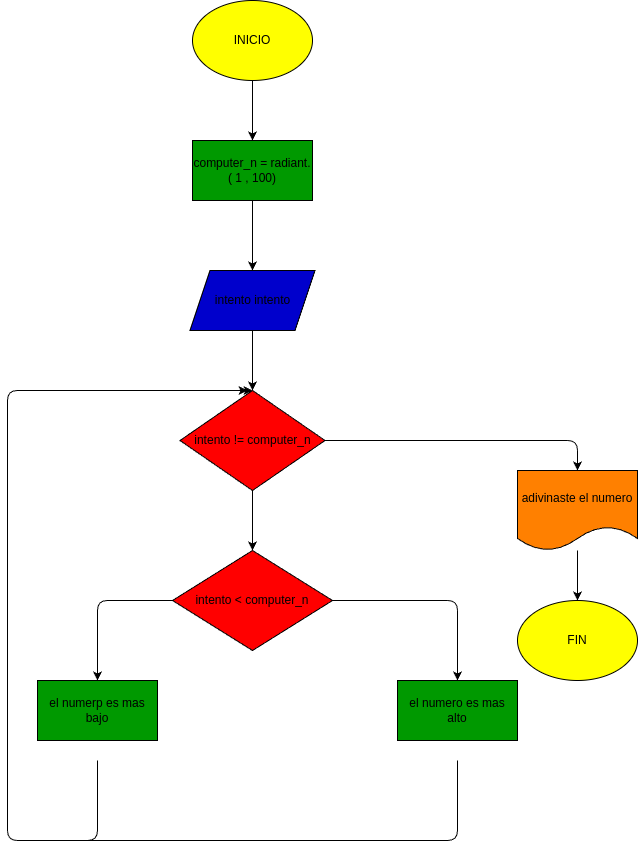
Earlier version of the draw.io export ejercicio_3/diagrama.png (dani72405bue/EJERCICIOS_PRACTICA_WHILE). Source tidied: cells renumbered, new cells last; positions are measured from the earlier drawing's top-left corner, leaving out a move shared by most shapes. Its diagram source:
```xml
<mxGraphModel>
  <root>
    <mxCell id="0" />
    <mxCell id="1" parent="0" />
    <mxCell id="2" style="edgeStyle=none;html=1;entryX=0.5;entryY=0;entryDx=0;entryDy=0;" parent="1" edge="1" source="3" target="11">
      <mxGeometry relative="1" as="geometry" />
    </mxCell>
    <mxCell id="3" value="INICIO" style="ellipse;whiteSpace=wrap;html=1;fillColor=#FFFF00;" parent="1" vertex="1">
      <mxGeometry x="185" width="120" height="80" as="geometry" />
    </mxCell>
    <mxCell id="4" style="edgeStyle=none;html=1;entryX=0.5;entryY=0;entryDx=0;entryDy=0;" parent="1" edge="1" source="6" target="9">
      <mxGeometry relative="1" as="geometry" />
    </mxCell>
    <mxCell id="5" style="edgeStyle=none;html=1;entryX=0.5;entryY=0;entryDx=0;entryDy=0;" parent="1" edge="1" source="6" target="17">
      <mxGeometry relative="1" as="geometry">
        <Array as="points">
          <mxPoint x="570" y="440" />
        </Array>
      </mxGeometry>
    </mxCell>
    <mxCell id="6" value="intento != computer_n" style="rhombus;whiteSpace=wrap;html=1;fillColor=#FF0000;" parent="1" vertex="1">
      <mxGeometry x="172.5" y="390" width="145" height="100" as="geometry" />
    </mxCell>
    <mxCell id="7" style="edgeStyle=none;html=1;entryX=0.5;entryY=0;entryDx=0;entryDy=0;" parent="1" edge="1" source="9">
      <mxGeometry relative="1" as="geometry">
        <mxPoint x="90" y="680" as="targetPoint" />
        <Array as="points">
          <mxPoint x="90" y="600" />
        </Array>
      </mxGeometry>
    </mxCell>
    <mxCell id="8" style="edgeStyle=none;html=1;entryX=0.5;entryY=0;entryDx=0;entryDy=0;" parent="1" edge="1" source="9">
      <mxGeometry relative="1" as="geometry">
        <mxPoint x="450" y="680" as="targetPoint" />
        <Array as="points">
          <mxPoint x="450" y="600" />
        </Array>
      </mxGeometry>
    </mxCell>
    <mxCell id="9" value="intento &amp;lt; computer_n" style="rhombus;whiteSpace=wrap;html=1;fillColor=#FF0000;" parent="1" vertex="1">
      <mxGeometry x="165" y="550" width="160" height="100" as="geometry" />
    </mxCell>
    <mxCell id="10" style="edgeStyle=none;html=1;entryX=0.5;entryY=0;entryDx=0;entryDy=0;" parent="1" edge="1" source="11" target="13">
      <mxGeometry relative="1" as="geometry" />
    </mxCell>
    <mxCell id="11" value="computer_n = radiant.( 1 , 100)" style="rounded=0;whiteSpace=wrap;html=1;fillColor=#009900;" parent="1" vertex="1">
      <mxGeometry x="185" y="140" width="120" height="60" as="geometry" />
    </mxCell>
    <mxCell id="12" style="edgeStyle=none;html=1;" parent="1" edge="1" source="13" target="6">
      <mxGeometry relative="1" as="geometry" />
    </mxCell>
    <mxCell id="13" value="intento intento" style="shape=parallelogram;perimeter=parallelogramPerimeter;whiteSpace=wrap;html=1;fixedSize=1;fillColor=#0000CC;" parent="1" vertex="1">
      <mxGeometry x="182.5" y="270" width="125" height="60" as="geometry" />
    </mxCell>
    <mxCell id="14" style="edgeStyle=none;html=1;entryX=0.5;entryY=0;entryDx=0;entryDy=0;" parent="1" edge="1" target="6">
      <mxGeometry relative="1" as="geometry">
        <mxPoint x="450" y="760" as="sourcePoint" />
        <Array as="points">
          <mxPoint x="450" y="840" />
          <mxPoint y="840" />
          <mxPoint y="390" />
        </Array>
      </mxGeometry>
    </mxCell>
    <mxCell id="15" style="edgeStyle=none;html=1;" parent="1" edge="1">
      <mxGeometry relative="1" as="geometry">
        <mxPoint x="90" y="760" as="sourcePoint" />
        <mxPoint x="240" y="390" as="targetPoint" />
        <Array as="points">
          <mxPoint x="90" y="840" />
          <mxPoint y="840" />
          <mxPoint y="390" />
        </Array>
      </mxGeometry>
    </mxCell>
    <mxCell id="16" style="edgeStyle=none;html=1;entryX=0.5;entryY=0;entryDx=0;entryDy=0;" parent="1" edge="1" source="17" target="18">
      <mxGeometry relative="1" as="geometry" />
    </mxCell>
    <mxCell id="17" value="adivinaste el numero" style="shape=document;whiteSpace=wrap;html=1;boundedLbl=1;fillColor=#FF8000;" parent="1" vertex="1">
      <mxGeometry x="510" y="470" width="120" height="80" as="geometry" />
    </mxCell>
    <mxCell id="18" value="FIN" style="ellipse;whiteSpace=wrap;html=1;fillColor=#FFFF00;" parent="1" vertex="1">
      <mxGeometry x="510" y="600" width="120" height="80" as="geometry" />
    </mxCell>
    <mxCell id="19" value="el numerp es mas bajo" style="rounded=0;whiteSpace=wrap;html=1;fillColor=#009900;" parent="1" vertex="1">
      <mxGeometry x="30" y="680" width="120" height="60" as="geometry" />
    </mxCell>
    <mxCell id="20" value="el numero es mas alto" style="rounded=0;whiteSpace=wrap;html=1;fillColor=#009900;" parent="1" vertex="1">
      <mxGeometry x="390" y="680" width="120" height="60" as="geometry" />
    </mxCell>
  </root>
</mxGraphModel>
```
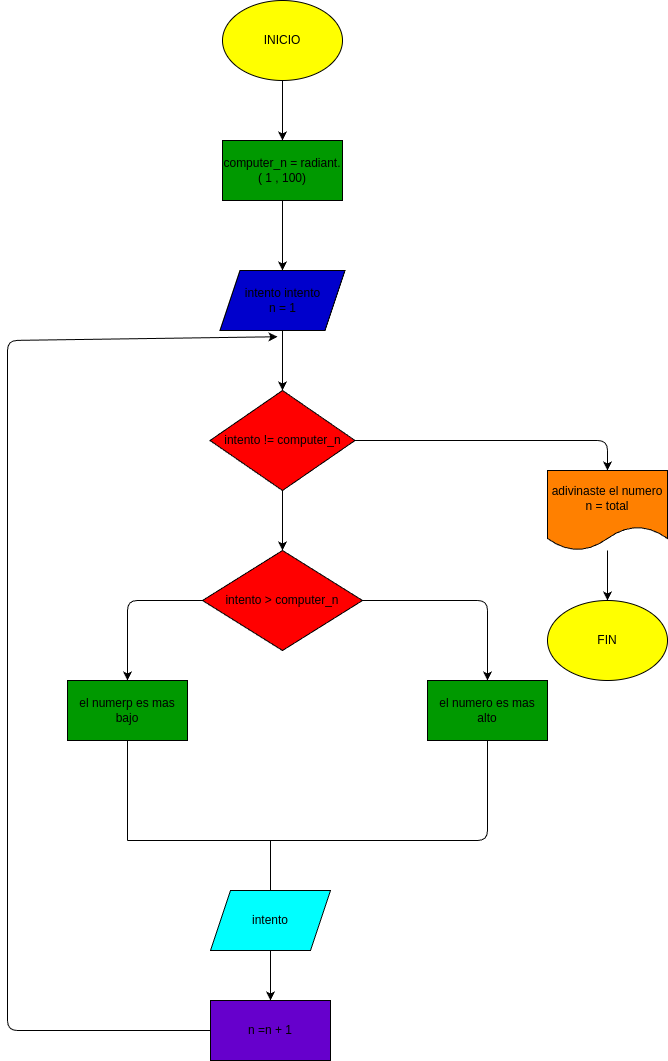
Later version of the same file.

Commit message:
se actualizo el readme con analisis y diseño

Change to the diagram source:
```diff
@@ -37,7 +37,7 @@
         </Array>
       </mxGeometry>
     </mxCell>
-    <mxCell id="9" value="intento &amp;lt; computer_n" style="rhombus;whiteSpace=wrap;html=1;fillColor=#FF0000;" parent="1" vertex="1">
+    <mxCell id="9" value="intento &amp;gt; computer_n" style="rhombus;whiteSpace=wrap;html=1;fillColor=#FF0000;" parent="1" vertex="1">
       <mxGeometry x="165" y="550" width="160" height="100" as="geometry" />
     </mxCell>
     <mxCell id="10" style="edgeStyle=none;html=1;entryX=0.5;entryY=0;entryDx=0;entryDy=0;" parent="1" edge="1" source="11" target="13">
@@ -49,34 +49,13 @@
     <mxCell id="12" style="edgeStyle=none;html=1;" parent="1" edge="1" source="13" target="6">
       <mxGeometry relative="1" as="geometry" />
     </mxCell>
-    <mxCell id="13" value="intento intento" style="shape=parallelogram;perimeter=parallelogramPerimeter;whiteSpace=wrap;html=1;fixedSize=1;fillColor=#0000CC;" parent="1" vertex="1">
+    <mxCell id="13" value="intento intento&lt;div&gt;n = 1&lt;/div&gt;" style="shape=parallelogram;perimeter=parallelogramPerimeter;whiteSpace=wrap;html=1;fixedSize=1;fillColor=#0000CC;" parent="1" vertex="1">
       <mxGeometry x="182.5" y="270" width="125" height="60" as="geometry" />
     </mxCell>
-    <mxCell id="14" style="edgeStyle=none;html=1;entryX=0.5;entryY=0;entryDx=0;entryDy=0;" parent="1" edge="1" target="6">
-      <mxGeometry relative="1" as="geometry">
-        <mxPoint x="450" y="760" as="sourcePoint" />
-        <Array as="points">
-          <mxPoint x="450" y="840" />
-          <mxPoint y="840" />
-          <mxPoint y="390" />
-        </Array>
-      </mxGeometry>
-    </mxCell>
-    <mxCell id="15" style="edgeStyle=none;html=1;" parent="1" edge="1">
-      <mxGeometry relative="1" as="geometry">
-        <mxPoint x="90" y="760" as="sourcePoint" />
-        <mxPoint x="240" y="390" as="targetPoint" />
-        <Array as="points">
-          <mxPoint x="90" y="840" />
-          <mxPoint y="840" />
-          <mxPoint y="390" />
-        </Array>
-      </mxGeometry>
-    </mxCell>
     <mxCell id="16" style="edgeStyle=none;html=1;entryX=0.5;entryY=0;entryDx=0;entryDy=0;" parent="1" edge="1" source="17" target="18">
       <mxGeometry relative="1" as="geometry" />
     </mxCell>
-    <mxCell id="17" value="adivinaste el numero" style="shape=document;whiteSpace=wrap;html=1;boundedLbl=1;fillColor=#FF8000;" parent="1" vertex="1">
+    <mxCell id="17" value="adivinaste el numero&lt;div&gt;n = total&lt;/div&gt;" style="shape=document;whiteSpace=wrap;html=1;boundedLbl=1;fillColor=#FF8000;" parent="1" vertex="1">
       <mxGeometry x="510" y="470" width="120" height="80" as="geometry" />
     </mxCell>
     <mxCell id="18" value="FIN" style="ellipse;whiteSpace=wrap;html=1;fillColor=#FFFF00;" parent="1" vertex="1">
@@ -88,5 +67,41 @@
     <mxCell id="20" value="el numero es mas alto" style="rounded=0;whiteSpace=wrap;html=1;fillColor=#009900;" parent="1" vertex="1">
       <mxGeometry x="390" y="680" width="120" height="60" as="geometry" />
     </mxCell>
+    <mxCell id="21" style="edgeStyle=none;html=1;entryX=0.5;entryY=0;entryDx=0;entryDy=0;" parent="1" edge="1" source="22" target="27">
+      <mxGeometry relative="1" as="geometry" />
+    </mxCell>
+    <mxCell id="22" value="intento" style="shape=parallelogram;perimeter=parallelogramPerimeter;whiteSpace=wrap;html=1;fixedSize=1;fillColor=#00FFFF;" parent="1" vertex="1">
+      <mxGeometry x="173" y="890" width="120" height="60" as="geometry" />
+    </mxCell>
+    <mxCell id="23" style="endArrow=none;html=1;exitX=0.5;exitY=0;exitDx=0;exitDy=0;" parent="1" edge="1" source="22">
+      <mxGeometry relative="1" as="geometry">
+        <mxPoint x="233" y="840" as="targetPoint" />
+      </mxGeometry>
+    </mxCell>
+    <mxCell id="24" style="endArrow=none;html=1;entryX=0.5;entryY=1;entryDx=0;entryDy=0;" parent="1" edge="1" target="20">
+      <mxGeometry relative="1" as="geometry">
+        <mxPoint x="90" y="840" as="sourcePoint" />
+        <Array as="points">
+          <mxPoint x="450" y="840" />
+        </Array>
+      </mxGeometry>
+    </mxCell>
+    <mxCell id="25" style="endArrow=none;html=1;entryX=0.5;entryY=1;entryDx=0;entryDy=0;" parent="1" edge="1" target="19">
+      <mxGeometry relative="1" as="geometry">
+        <mxPoint x="90" y="840" as="sourcePoint" />
+      </mxGeometry>
+    </mxCell>
+    <mxCell id="26" style="edgeStyle=none;html=1;" parent="1" edge="1" source="27">
+      <mxGeometry relative="1" as="geometry">
+        <mxPoint x="240" y="336.2" as="targetPoint" />
+        <Array as="points">
+          <mxPoint x="-30" y="1030" />
+          <mxPoint x="-30" y="340" />
+        </Array>
+      </mxGeometry>
+    </mxCell>
+    <mxCell id="27" value="n =n + 1" style="rounded=0;whiteSpace=wrap;html=1;fillColor=#6600CC;" parent="1" vertex="1">
+      <mxGeometry x="173" y="1000" width="120" height="60" as="geometry" />
+    </mxCell>
   </root>
 </mxGraphModel>
```
